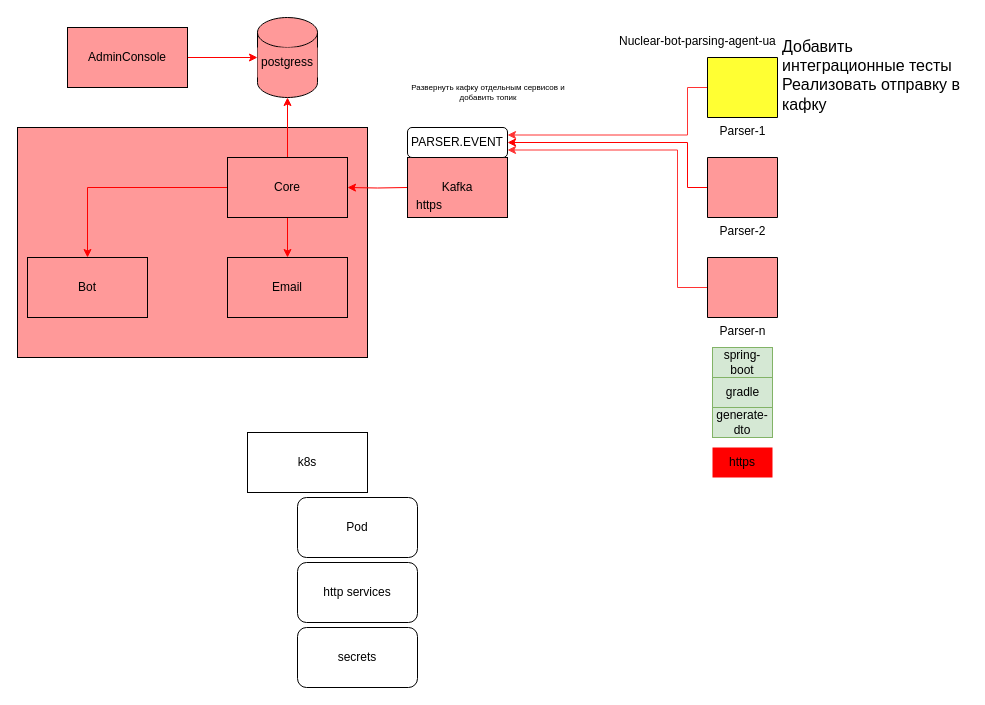
This is details.drawio from VOsipenkov/Nuclear-bot-doc, a draw.io file, before an edit. Source tidied: cells renumbered, new cells numbered last; positions are measured from the earlier drawing's top-left corner, leaving out a move shared by most shapes. Both pictures are drawn from the tidied source at 100%, with x=0, y=0 at pixel (17, 17).
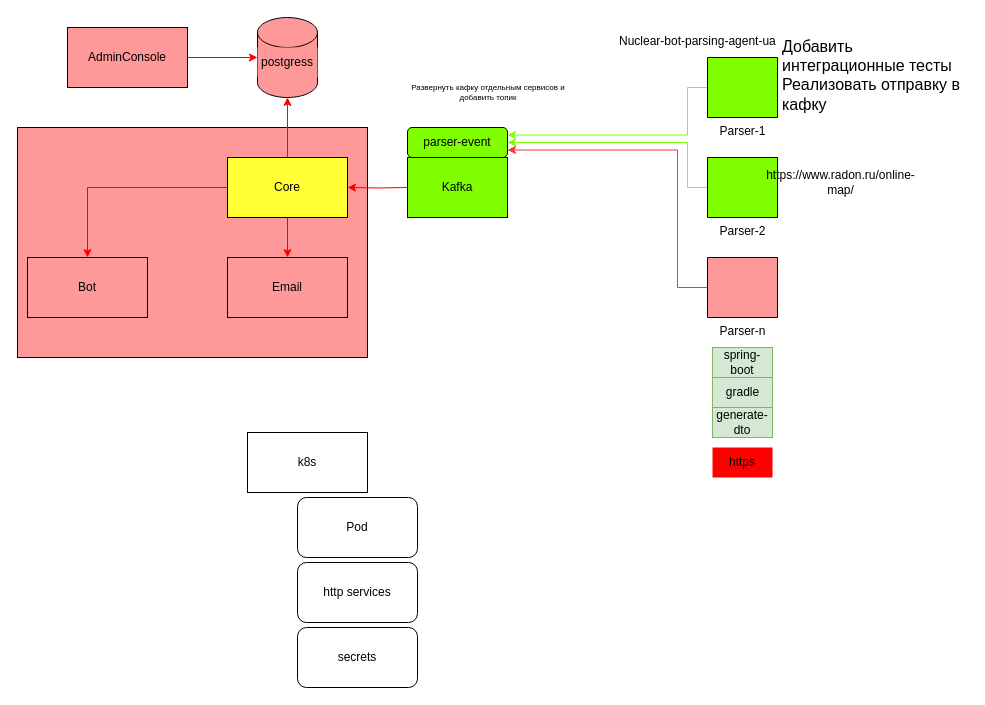
The same diagram, later.

Commit message:
Nuclearbot-4-create_parsing_agent_radon

The edit, as a diff of the source:
```diff
@@
-    <mxCell id="3" style="edgeStyle=orthogonalEdgeStyle;rounded=0;jettySize=auto;html=1;entryX=1;entryY=0.25;entryDx=0;entryDy=0;fillColor=#FF9999;strokeColor=#FF3333;" parent="1" edge="1" source="4" target="31">
+    <mxCell id="3" style="edgeStyle=orthogonalEdgeStyle;rounded=0;jettySize=auto;html=1;entryX=1;entryY=0.25;entryDx=0;entryDy=0;fillColor=#80FF00;strokeColor=#80FF00;" parent="1" edge="1" source="4" target="31">
       <mxGeometry relative="1" as="geometry">
         <Array as="points">
           <mxPoint x="670" y="70" />
           <mxPoint x="670" y="118" />
         </Array>
       </mxGeometry>
     </mxCell>
-    <mxCell id="4" value="Parser-1" style="verticalLabelPosition=bottom;verticalAlign=top;html=1;shape=mxgraph.basic.rect;fillColor2=none;strokeWidth=1;size=20;indent=5;fillColor=#FFFF33;" parent="1" vertex="1">
+    <mxCell id="4" value="Parser-1" style="verticalLabelPosition=bottom;verticalAlign=top;html=1;shape=mxgraph.basic.rect;fillColor2=none;strokeWidth=1;size=20;indent=5;fillColor=#80FF00;" parent="1" vertex="1">
       <mxGeometry x="690" y="40" width="70" height="60" as="geometry" />
     </mxCell>
-    <mxCell id="5" style="edgeStyle=orthogonalEdgeStyle;rounded=0;jettySize=auto;html=1;entryX=1;entryY=0.5;entryDx=0;entryDy=0;fillColor=#FF3333;strokeColor=#FF0000;" parent="1" edge="1" source="6" target="31">
+    <mxCell id="5" style="edgeStyle=orthogonalEdgeStyle;rounded=0;jettySize=auto;html=1;entryX=1;entryY=0.5;entryDx=0;entryDy=0;fillColor=#FF3333;strokeColor=#80FF00;" parent="1" edge="1" source="6" target="31">
       <mxGeometry relative="1" as="geometry">
         <Array as="points">
           <mxPoint x="670" y="170" />
           <mxPoint x="670" y="125" />
         </Array>
       </mxGeometry>
     </mxCell>
-    <mxCell id="6" value="Parser-2&lt;br&gt;" style="verticalLabelPosition=bottom;verticalAlign=top;html=1;shape=mxgraph.basic.rect;fillColor2=none;strokeWidth=1;size=20;indent=5;fillColor=#FF9999;" parent="1" vertex="1">
+    <mxCell id="6" value="Parser-2&lt;br&gt;" style="verticalLabelPosition=bottom;verticalAlign=top;html=1;shape=mxgraph.basic.rect;fillColor2=none;strokeWidth=1;size=20;indent=5;fillColor=#80FF00;" parent="1" vertex="1">
       <mxGeometry x="690" y="140" width="70" height="60" as="geometry" />
     </mxCell>
@@
-    <mxCell id="13" value="Core" style="rounded=0;whiteSpace=wrap;html=1;fillColor=#FF9999;" parent="1" vertex="1">
+    <mxCell id="13" value="Core" style="rounded=0;whiteSpace=wrap;html=1;fillColor=#FFFF33;" parent="1" vertex="1">
       <mxGeometry x="210" y="140" width="120" height="60" as="geometry" />
     </mxCell>
@@
-    <mxCell id="21" style="rounded=0;whiteSpace=wrap;html=1;fillColor=#FF9999;" parent="1" vertex="1">
+    <mxCell id="21" style="rounded=0;whiteSpace=wrap;html=1;fillColor=#80FF00;" parent="1" vertex="1">
       <mxGeometry x="390" y="140" width="100" height="60" as="geometry" />
     </mxCell>
-    <mxCell id="22" value="Kafka" style="text;html=1;strokeColor=none;fillColor=#FF9999;align=center;verticalAlign=middle;whiteSpace=wrap;rounded=0;" parent="1" vertex="1">
+    <mxCell id="22" value="Kafka" style="text;html=1;strokeColor=none;fillColor=#80FF00;align=center;verticalAlign=middle;whiteSpace=wrap;rounded=0;" parent="1" vertex="1">
       <mxGeometry x="410" y="155" width="60" height="30" as="geometry" />
     </mxCell>
-    <mxCell id="23" value="https" style="text;html=1;strokeColor=none;fillColor=#FF9999;align=center;verticalAlign=middle;whiteSpace=wrap;rounded=0;" parent="1" vertex="1">
-      <mxGeometry x="392" y="178" width="40" height="20" as="geometry" />
-    </mxCell>
@@
-    <mxCell id="31" value="PARSER.EVENT" style="rounded=1;whiteSpace=wrap;html=1;" parent="1" vertex="1">
+    <mxCell id="31" value="parser-event" style="rounded=1;whiteSpace=wrap;html=1;fillColor=#80FF00;" parent="1" vertex="1">
       <mxGeometry x="390" y="110" width="100" height="30" as="geometry" />
     </mxCell>
@@
+    <mxCell id="35" value="https://www.radon.ru/online-map/" style="text;html=1;strokeColor=none;fillColor=none;align=center;verticalAlign=middle;whiteSpace=wrap;rounded=0;" parent="1" vertex="1">
+      <mxGeometry x="757" y="150" width="133" height="30" as="geometry" />
+    </mxCell>
```
